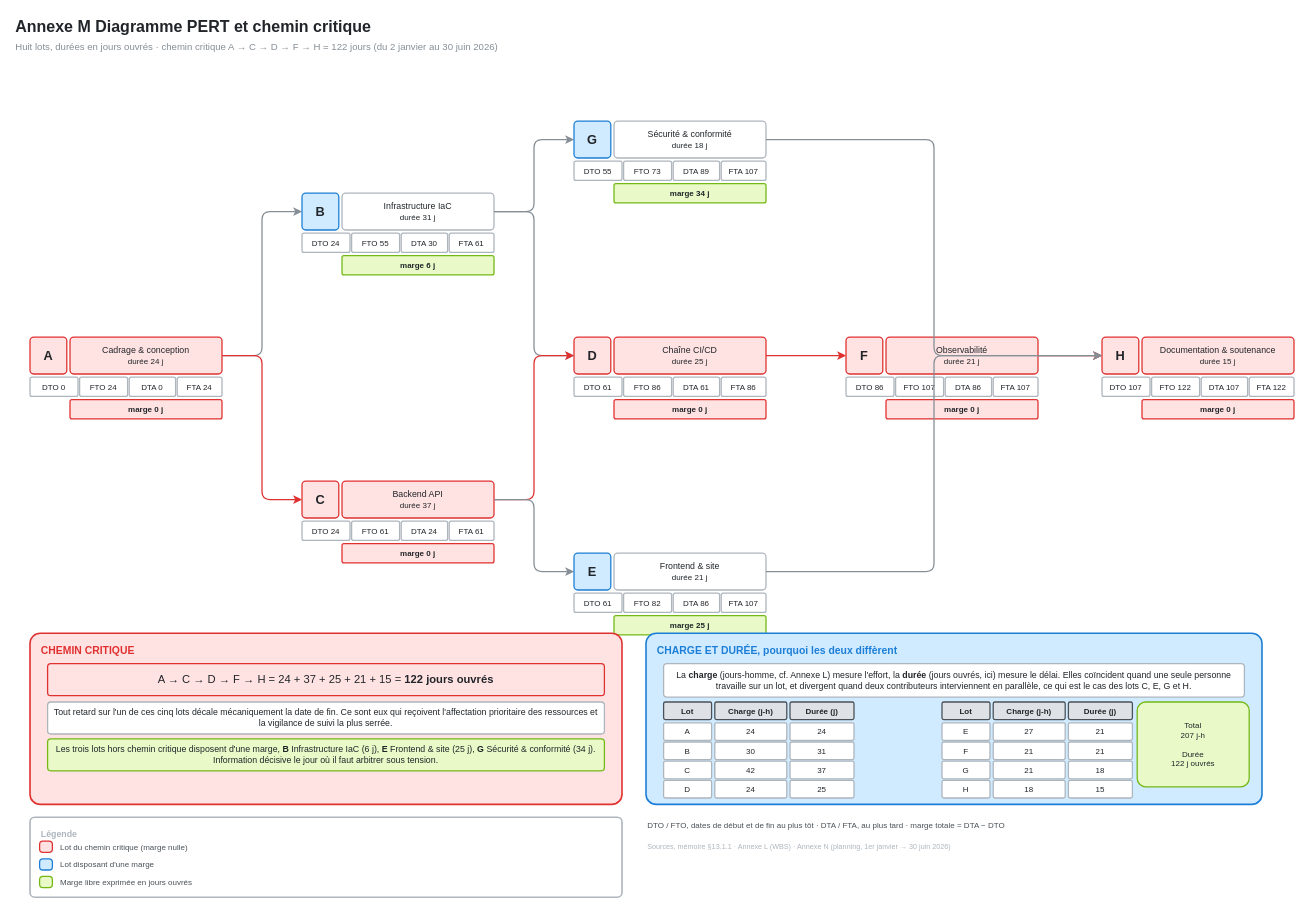
The draw.io diagram docs/drafts/Annexe M Diagramme PERT et chemin critique.drawio in redjem-amir/dropicture, before the edit. Source tidied: cells renumbered, new cells numbered last; positions are measured from the earlier drawing's top-left corner, leaving out a move shared by most shapes. Both pictures are drawn from the tidied source at 80%, with x=0, y=0 at pixel (14, 14).
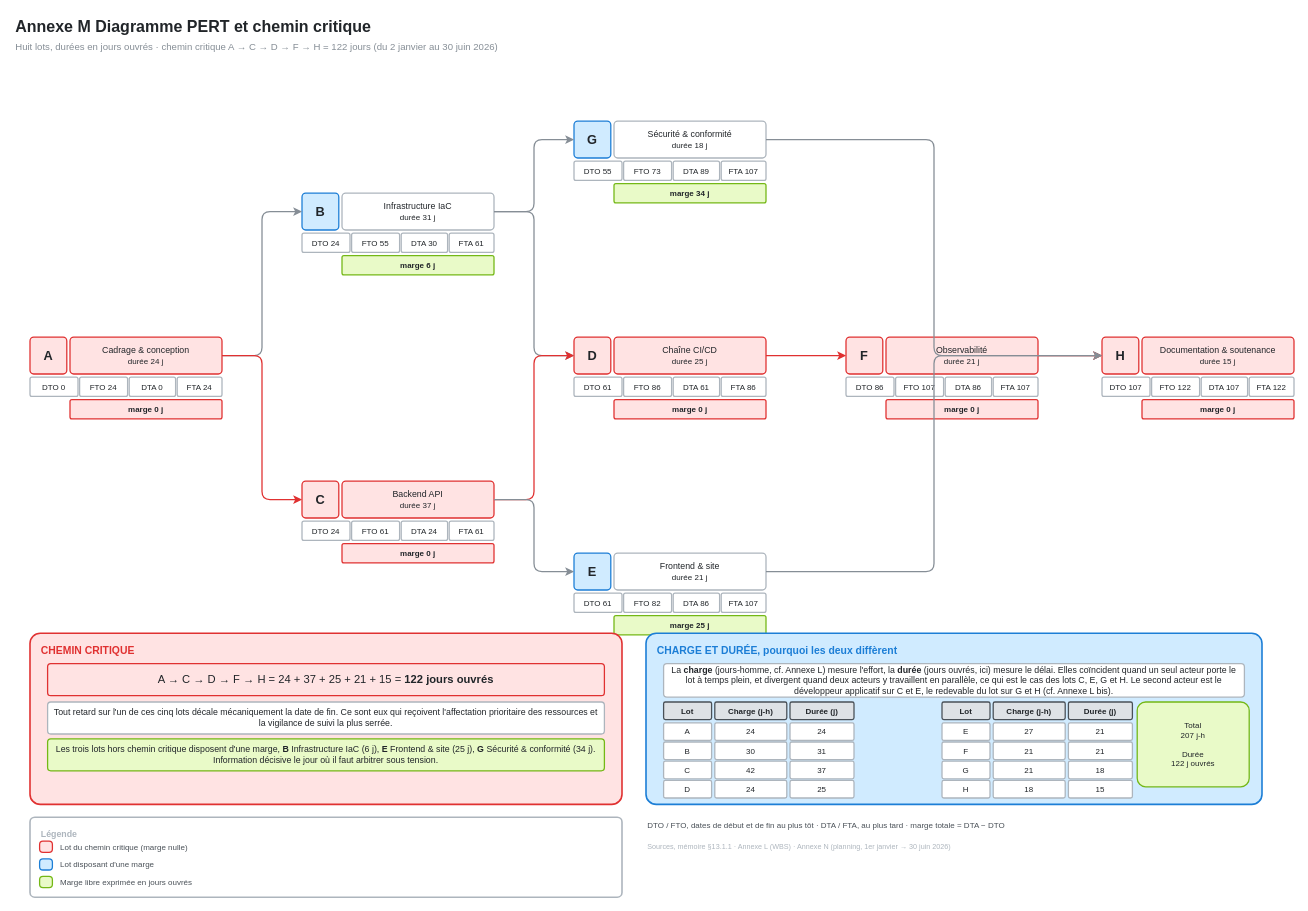
The same diagram, later.

The edit, as a diff of the source:
```diff
@@
-    <mxCell id="75" value="La &lt;b&gt;charge&lt;/b&gt; (jours-homme, cf. Annexe L) mesure l'effort, la &lt;b&gt;durée&lt;/b&gt; (jours ouvrés, ici) mesure le délai. Elles coïncident quand une seule personne travaille sur un lot, et divergent quand deux contributeurs interviennent en parallèle, ce qui est le cas des lots C, E, G et H." style="rounded=1;whiteSpace=wrap;html=1;arcSize=10;fillColor=#ffffff;strokeColor=#adb5bd;strokeWidth=1.6;fontFamily=Helvetica;fontSize=11;fontColor=#212529;align=center;verticalAlign=middle;spacing=6;" parent="1" vertex="1">
+    <mxCell id="75" value="La &lt;b&gt;charge&lt;/b&gt; (jours-homme, cf. Annexe L) mesure l'effort, la &lt;b&gt;durée&lt;/b&gt; (jours ouvrés, ici) mesure le délai. Elles coïncident quand un seul acteur porte le lot à temps plein, et divergent quand deux acteurs y travaillent en parallèle, ce qui est le cas des lots C, E, G et H. Le second acteur est le développeur applicatif sur C et E, le redevable du lot sur G et H (cf. Annexe L bis)." style="rounded=1;whiteSpace=wrap;html=1;arcSize=10;fillColor=#ffffff;strokeColor=#adb5bd;strokeWidth=1.6;fontFamily=Helvetica;fontSize=11;fontColor=#212529;align=center;verticalAlign=middle;spacing=6;" parent="1" vertex="1">
       <mxGeometry x="812" y="812" width="726" height="42" as="geometry" />
     </mxCell>
```
